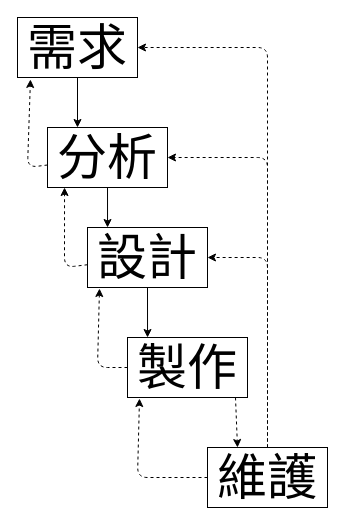
Before: answer.drawio in jasper0519/112-2QZ1, a draw.io diagram. Source tidied: cells renumbered, new cells numbered last; positions are measured from the earlier drawing's top-left corner, leaving out a move shared by most shapes. Both pictures are drawn from the tidied source at 100%, with x=0, y=0 at pixel (17, 17).
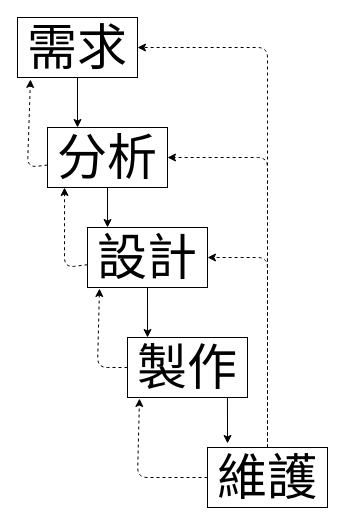
Above is the later version.

The change refers to these unchanged cells:
```xml
<mxCell id="14" value="&lt;font style=&quot;font-size: 50px;&quot;&gt;製作&lt;/font&gt;" style="rounded=0;whiteSpace=wrap;html=1;" parent="1" vertex="1">
  <mxGeometry x="110" y="320" width="120" height="60" as="geometry" />
</mxCell>
<mxCell id="19" value="&lt;font style=&quot;font-size: 50px;&quot;&gt;維護&lt;/font&gt;" style="rounded=0;whiteSpace=wrap;html=1;" parent="1" vertex="1">
  <mxGeometry x="190" y="430" width="120" height="60" as="geometry" />
</mxCell>
```

What changed in the source:
```diff
@@
-    <mxCell id="13" style="edgeStyle=none;html=1;entryX=0.25;entryY=0;entryDx=0;entryDy=0;dashed=1;strokeColor=default;exitX=0.9;exitY=1;exitDx=0;exitDy=0;exitPerimeter=0;" parent="1" edge="1" source="14" target="19">
+    <mxCell id="13" style="edgeStyle=none;html=1;exitX=0.833;exitY=1;exitDx=0;exitDy=0;exitPerimeter=0;entryX=0.167;entryY=-0.067;entryDx=0;entryDy=0;entryPerimeter=0;" parent="1" edge="1" source="14" target="19">
       <mxGeometry relative="1" as="geometry" />
     </mxCell>
```
